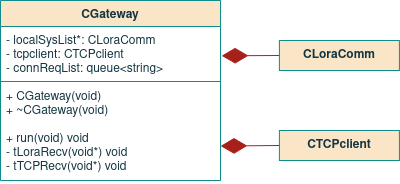
Before: report/images/09sw_specification/Gateway/cgateway/class.png, a diagram exported from draw.io (ESRGgroup9/slipad). Source tidied: cells renumbered, new cells last; positions are measured from the earlier drawing's top-left corner, leaving out a move shared by most shapes.
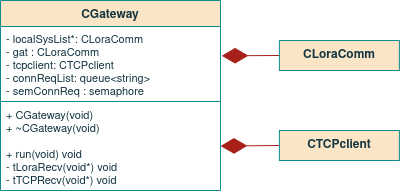
The same diagram one commit later.

The edit, as a diff of the source:
```diff
@@ -3,16 +3,16 @@
     <mxCell id="0" />
     <mxCell id="1" parent="0" />
     <mxCell id="2" value="CGateway" style="swimlane;fontStyle=1;align=center;verticalAlign=top;horizontal=1;startSize=26;fillColor=#FAE5C7;strokeColor=#0F8B8D;fontColor=#143642;" parent="1" vertex="1">
-      <mxGeometry width="220" height="180" as="geometry" />
+      <mxGeometry width="220" height="190" as="geometry" />
     </mxCell>
-    <mxCell id="3" value="- localSysList*: CLoraComm&#10;- tcpclient: CTCPclient&#10;- connReqList: queue&lt;string&gt;&#10;&#10;&#10;&#10;&#10;&#10;" style="text;strokeColor=none;fillColor=none;align=left;verticalAlign=top;spacingLeft=4;spacingRight=4;overflow=hidden;fontColor=#143642;fontStyle=0;" parent="2" vertex="1">
-      <mxGeometry y="26" width="220" height="54" as="geometry" />
+    <mxCell id="3" value="- localSysList*: CLoraComm&#10;- gat : CLoraComm&#10;- tcpclient: CTCPclient&#10;- connReqList: queue&lt;string&gt;&#10;- semConnReq : semaphore&#10;&#10;&#10;&#10;&#10;&#10;&#10;" style="text;strokeColor=none;fillColor=none;align=left;verticalAlign=top;spacingLeft=4;spacingRight=4;overflow=hidden;fontColor=#143642;fontStyle=0;fontSize=11;" parent="2" vertex="1">
+      <mxGeometry y="26" width="220" height="74" as="geometry" />
     </mxCell>
     <mxCell id="4" style="line;strokeWidth=1;fillColor=none;align=left;verticalAlign=middle;spacingTop=-1;spacingLeft=3;spacingRight=3;labelPosition=right;labelBackgroundColor=#DAD2D8;strokeColor=#0F8B8D;fontColor=#143642;" parent="2" vertex="1">
-      <mxGeometry y="80" width="220" height="2" as="geometry" />
+      <mxGeometry y="100" width="220" height="2" as="geometry" />
     </mxCell>
-    <mxCell id="5" value="+ CGateway(void)&#10;+ ~CGateway(void)&#10;&#10;+ run(void) void&#10;- tLoraRecv(void*) void&#10;- tTCPRecv(void*) void&#10;" style="text;strokeColor=none;fillColor=none;align=left;verticalAlign=top;spacingLeft=4;spacingRight=4;overflow=hidden;fontColor=#143642;" parent="2" vertex="1">
-      <mxGeometry y="82" width="220" height="98" as="geometry" />
+    <mxCell id="5" value="+ CGateway(void)&#10;+ ~CGateway(void)&#10;&#10;+ run(void) void&#10;- tLoraRecv(void*) void&#10;- tTCPRecv(void*) void&#10;" style="text;strokeColor=none;fillColor=none;align=left;verticalAlign=top;spacingLeft=4;spacingRight=4;overflow=hidden;fontColor=#143642;fontSize=11;" parent="2" vertex="1">
+      <mxGeometry y="102" width="220" height="88" as="geometry" />
     </mxCell>
     <mxCell id="6" style="endArrow=diamondThin;endFill=1;endSize=24;html=1;rounded=0;sketch=0;fontColor=#143642;strokeColor=#A8201A;fillColor=#FAE5C7;exitX=0;exitY=0.5;exitDx=0;exitDy=0;entryX=1.01;entryY=0.728;entryDx=0;entryDy=0;entryPerimeter=0;" parent="1" edge="1" source="7">
       <mxGeometry relative="1" as="geometry">
```
